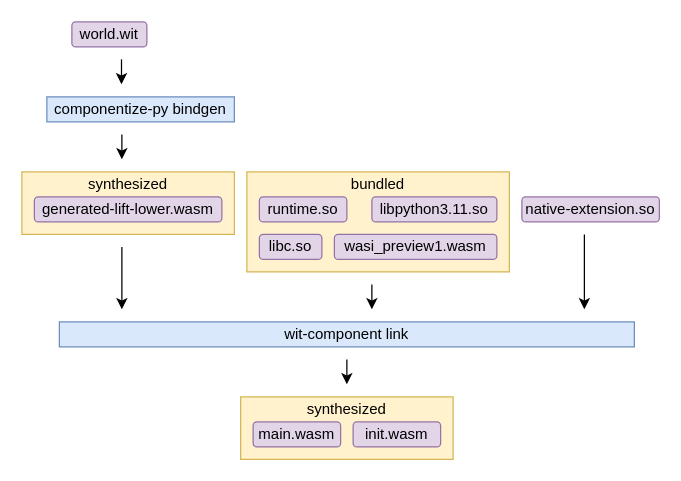
The draw.io diagram componentize-py-inside-stage1.drawio in dicej/presentations, before the edit. Source tidied: cells renumbered, new cells numbered last; positions are measured from the earlier drawing's top-left corner, leaving out a move shared by most shapes. Both pictures are drawn from the tidied source at 125%, with x=0, y=0 at pixel (21, 21).
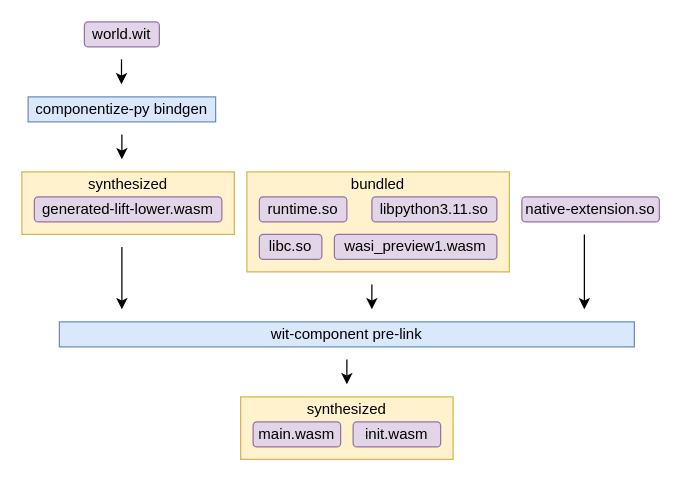
The same page after the edit.

Change to the diagram source:
```diff
@@
     <mxCell id="10" value="world.wit" style="rounded=1;whiteSpace=wrap;html=1;fillColor=#e1d5e7;strokeColor=#9673a6;" parent="1" vertex="1">
-      <mxGeometry x="40" width="60" height="20" as="geometry" />
+      <mxGeometry x="50" width="60" height="20" as="geometry" />
     </mxCell>
@@
-    <mxCell id="19" value="wit-component link" style="rounded=0;whiteSpace=wrap;html=1;fillColor=#dae8fc;strokeColor=#6c8ebf;" parent="1" vertex="1">
+    <mxCell id="19" value="wit-component pre-link" style="rounded=0;whiteSpace=wrap;html=1;fillColor=#dae8fc;strokeColor=#6c8ebf;" parent="1" vertex="1">
       <mxGeometry x="30" y="240" width="460" height="20" as="geometry" />
     </mxCell>
@@
     <mxCell id="21" value="componentize-py bindgen" style="rounded=0;whiteSpace=wrap;html=1;fillColor=#dae8fc;strokeColor=#6c8ebf;" parent="1" vertex="1">
-      <mxGeometry x="20" y="60" width="150" height="20" as="geometry" />
+      <mxGeometry x="5" y="60" width="150" height="20" as="geometry" />
     </mxCell>
```
